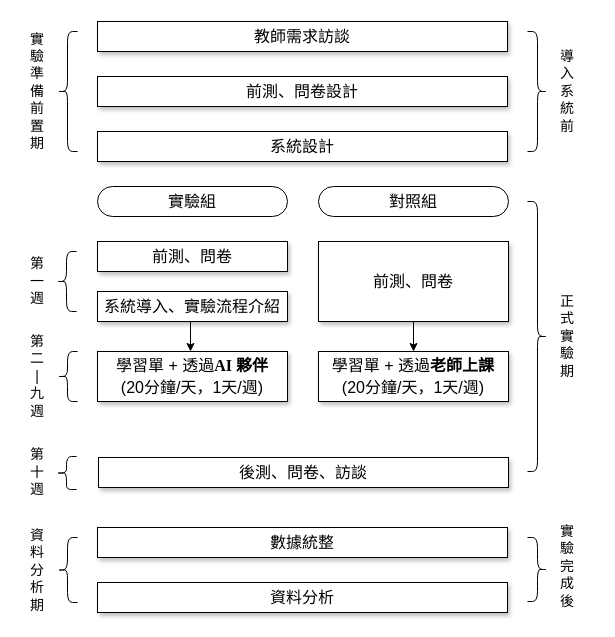
Earlier version of the draw.io diagram 實驗流程圖.drawio (webber0928/112554016_paper). Source tidied: cells renumbered, new cells numbered last; positions are measured from the earlier drawing's top-left corner, leaving out a move shared by most shapes. Both pictures are drawn from the tidied source at 100%, with x=0, y=0 at pixel (17, 21).
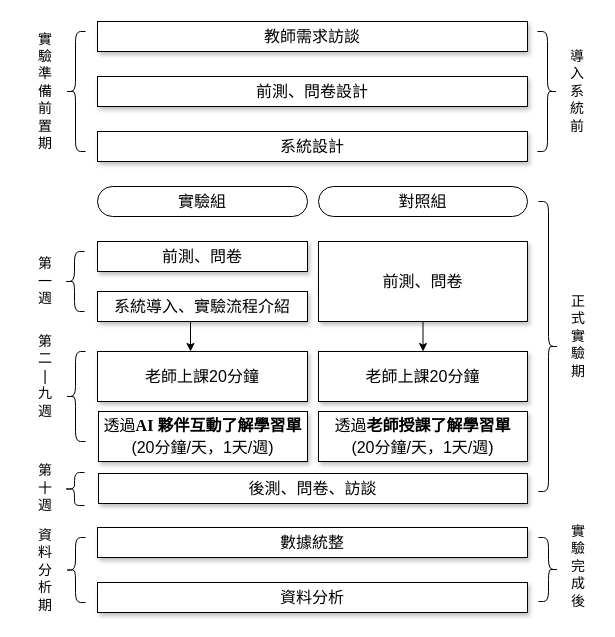
After the change.

Commit message:
更新實驗流程圖.drawio

Change to the diagram source:
```diff
@@
     <mxCell id="2" value="&lt;font style=&quot;font-size: 16px;&quot; face=&quot;標楷體&quot;&gt;教師需求訪談&lt;/font&gt;" style="whiteSpace=wrap;html=1;shadow=1;fontSize=18;" parent="1" vertex="1">
-      <mxGeometry x="80" width="410" height="30" as="geometry" />
+      <mxGeometry x="80" width="430" height="30" as="geometry" />
     </mxCell>
     <mxCell id="3" value="&lt;font style=&quot;font-size: 16px;&quot; face=&quot;標楷體&quot;&gt;前測、問卷設計&lt;/font&gt;" style="whiteSpace=wrap;html=1;shadow=1;fontSize=18;" parent="1" vertex="1">
-      <mxGeometry x="80" y="55" width="410" height="30" as="geometry" />
+      <mxGeometry x="80" y="55" width="430" height="30" as="geometry" />
     </mxCell>
     <mxCell id="4" value="&lt;font style=&quot;font-size: 16px;&quot; face=&quot;標楷體&quot;&gt;系統設計&lt;/font&gt;" style="whiteSpace=wrap;html=1;shadow=1;fontSize=18;" parent="1" vertex="1">
-      <mxGeometry x="80" y="110" width="410" height="30" as="geometry" />
+      <mxGeometry x="80" y="110" width="430" height="30" as="geometry" />
     </mxCell>
     <mxCell id="5" value="&lt;font face=&quot;標楷體&quot; style=&quot;font-size: 16px;&quot;&gt;實驗組&lt;/font&gt;" style="rounded=1;whiteSpace=wrap;html=1;arcSize=50;" parent="1" vertex="1">
-      <mxGeometry x="80" y="165" width="190" height="30" as="geometry" />
+      <mxGeometry x="80" y="165" width="210" height="30" as="geometry" />
     </mxCell>
     <mxCell id="6" value="&lt;span style=&quot;font-family: 標楷體; font-size: 16px;&quot;&gt;對照組&lt;/span&gt;" style="rounded=1;whiteSpace=wrap;html=1;arcSize=50;" parent="1" vertex="1">
-      <mxGeometry x="301" y="165" width="190" height="30" as="geometry" />
+      <mxGeometry x="301" y="165" width="209" height="30" as="geometry" />
     </mxCell>
     <mxCell id="7" value="&lt;font face=&quot;標楷體&quot;&gt;&lt;span style=&quot;font-size: 16px;&quot;&gt;前測、問卷&lt;/span&gt;&lt;/font&gt;" style="whiteSpace=wrap;html=1;shadow=1;fontSize=18;" parent="1" vertex="1">
-      <mxGeometry x="80" y="220" width="190" height="30" as="geometry" />
+      <mxGeometry x="80" y="220" width="210" height="30" as="geometry" />
     </mxCell>
     <mxCell id="8" value="&lt;font face=&quot;標楷體&quot;&gt;&lt;span style=&quot;font-size: 16px;&quot;&gt;前測、問卷&lt;/span&gt;&lt;/font&gt;" style="whiteSpace=wrap;html=1;shadow=1;fontSize=18;" parent="1" vertex="1">
-      <mxGeometry x="301" y="220" width="190" height="80" as="geometry" />
+      <mxGeometry x="301" y="220" width="209" height="80" as="geometry" />
     </mxCell>
     <mxCell id="9" value="&lt;font face=&quot;標楷體&quot;&gt;&lt;span style=&quot;font-size: 16px;&quot;&gt;系統導入、實驗流程介紹&lt;/span&gt;&lt;/font&gt;" style="whiteSpace=wrap;html=1;shadow=1;fontSize=18;" parent="1" vertex="1">
-      <mxGeometry x="80" y="270" width="190" height="30" as="geometry" />
+      <mxGeometry x="80" y="270" width="210" height="30" as="geometry" />
     </mxCell>
-    <mxCell id="10" value="&lt;span style=&quot;font-size: 16px;&quot;&gt;&lt;font face=&quot;標楷體&quot;&gt;學習單 + 透過&lt;/font&gt;&lt;font face=&quot;Times New Roman&quot;&gt;&lt;b&gt;AI&amp;nbsp;&lt;/b&gt;&lt;/font&gt;&lt;font face=&quot;標楷體&quot;&gt;&lt;b&gt;夥伴&lt;/b&gt;&lt;/font&gt;&lt;br&gt;&lt;font face=&quot;標楷體&quot;&gt;(20分鐘/天，1天/週)&lt;/font&gt;&lt;/span&gt;" style="whiteSpace=wrap;html=1;shadow=1;fontSize=18;" parent="1" vertex="1">
-      <mxGeometry x="80" y="330" width="190" height="50" as="geometry" />
+    <mxCell id="10" value="&lt;span style=&quot;font-family: 標楷體; font-size: 16px;&quot;&gt;老師上課20分鐘&lt;/span&gt;" style="whiteSpace=wrap;html=1;shadow=1;fontSize=18;" parent="1" vertex="1">
+      <mxGeometry x="80" y="330" width="210" height="50" as="geometry" />
     </mxCell>
-    <mxCell id="11" value="&lt;span style=&quot;font-size: 16px;&quot;&gt;&lt;font face=&quot;標楷體&quot;&gt;學習單 + 透過&lt;b&gt;老師上課&lt;/b&gt;&lt;/font&gt;&lt;br&gt;&lt;font face=&quot;標楷體&quot;&gt;(20分鐘/天，1天/週)&lt;/font&gt;&lt;/span&gt;" style="whiteSpace=wrap;html=1;shadow=1;fontSize=18;" parent="1" vertex="1">
-      <mxGeometry x="301" y="330" width="190" height="50" as="geometry" />
+    <mxCell id="11" value="&lt;span style=&quot;font-size: 16px;&quot;&gt;&lt;font face=&quot;標楷體&quot;&gt;老師上課20分鐘&lt;/font&gt;&lt;br&gt;&lt;/span&gt;" style="whiteSpace=wrap;html=1;shadow=1;fontSize=18;" parent="1" vertex="1">
+      <mxGeometry x="301" y="330" width="209" height="50" as="geometry" />
     </mxCell>
     <mxCell id="12" value="&lt;font face=&quot;標楷體&quot;&gt;&lt;span style=&quot;font-size: 16px;&quot;&gt;後測、問卷、訪談&lt;/span&gt;&lt;/font&gt;" style="whiteSpace=wrap;html=1;shadow=1;fontSize=18;" parent="1" vertex="1">
-      <mxGeometry x="81" y="436" width="410" height="30" as="geometry" />
+      <mxGeometry x="81" y="452" width="429" height="30" as="geometry" />
     </mxCell>
     <mxCell id="13" value="&lt;font face=&quot;標楷體&quot;&gt;&lt;span style=&quot;font-size: 16px;&quot;&gt;數據統整&lt;/span&gt;&lt;/font&gt;" style="whiteSpace=wrap;html=1;shadow=1;fontSize=18;" parent="1" vertex="1">
-      <mxGeometry x="80" y="506" width="410" height="30" as="geometry" />
+      <mxGeometry x="80" y="506" width="430" height="30" as="geometry" />
     </mxCell>
     <mxCell id="14" value="&lt;font face=&quot;標楷體&quot;&gt;&lt;span style=&quot;font-size: 16px;&quot;&gt;資料分析&lt;/span&gt;&lt;/font&gt;" style="whiteSpace=wrap;html=1;shadow=1;fontSize=18;" parent="1" vertex="1">
-      <mxGeometry x="80" y="561" width="410" height="30" as="geometry" />
+      <mxGeometry x="80" y="561" width="430" height="30" as="geometry" />
     </mxCell>
     <mxCell id="15" style="shape=curlyBracket;whiteSpace=wrap;html=1;rounded=1;labelPosition=left;verticalLabelPosition=middle;align=right;verticalAlign=middle;" parent="1" vertex="1">
-      <mxGeometry x="40" y="516" width="20" height="65" as="geometry" />
+      <mxGeometry x="48" y="516" width="20" height="65" as="geometry" />
     </mxCell>
     <mxCell id="16" style="shape=curlyBracket;whiteSpace=wrap;html=1;rounded=1;labelPosition=left;verticalLabelPosition=middle;align=right;verticalAlign=middle;" parent="1" vertex="1">
-      <mxGeometry x="40" y="10" width="20" height="120" as="geometry" />
+      <mxGeometry x="48" y="10" width="20" height="120" as="geometry" />
     </mxCell>
     <mxCell id="17" value="&lt;font style=&quot;font-size: 14px;&quot; face=&quot;標楷體&quot;&gt;第&lt;/font&gt;&lt;div&gt;&lt;font style=&quot;font-size: 14px;&quot; face=&quot;標楷體&quot;&gt;一&lt;/font&gt;&lt;/div&gt;&lt;div&gt;&lt;span style=&quot;font-family: 標楷體; background-color: transparent; color: light-dark(rgb(0, 0, 0), rgb(255, 255, 255));&quot;&gt;&lt;font style=&quot;font-size: 14px;&quot;&gt;週&lt;/font&gt;&lt;/span&gt;&lt;/div&gt;" style="text;html=1;align=center;verticalAlign=middle;whiteSpace=wrap;rounded=0;fontFamily=Comic Sans MS;" parent="1" vertex="1">
-      <mxGeometry y="215" width="40" height="90" as="geometry" />
+      <mxGeometry x="8" y="215" width="40" height="90" as="geometry" />
     </mxCell>
     <mxCell id="18" value="&lt;font style=&quot;font-size: 14px;&quot; face=&quot;標楷體&quot;&gt;第&lt;/font&gt;&lt;div&gt;&lt;font style=&quot;font-size: 14px;&quot; face=&quot;標楷體&quot;&gt;二&lt;/font&gt;&lt;/div&gt;&lt;div&gt;&lt;font style=&quot;font-size: 14px;&quot; face=&quot;標楷體&quot;&gt;|&lt;/font&gt;&lt;/div&gt;&lt;div&gt;&lt;font style=&quot;font-size: 14px;&quot; face=&quot;標楷體&quot;&gt;九&lt;/font&gt;&lt;/div&gt;&lt;div&gt;&lt;span style=&quot;font-family: 標楷體; background-color: transparent; color: light-dark(rgb(0, 0, 0), rgb(255, 255, 255));&quot;&gt;&lt;font style=&quot;font-size: 14px;&quot;&gt;週&lt;/font&gt;&lt;/span&gt;&lt;/div&gt;" style="text;html=1;align=center;verticalAlign=middle;whiteSpace=wrap;rounded=0;fontFamily=Comic Sans MS;" parent="1" vertex="1">
-      <mxGeometry y="310" width="40" height="90" as="geometry" />
+      <mxGeometry x="8" y="310" width="40" height="90" as="geometry" />
     </mxCell>
     <mxCell id="19" value="&lt;font style=&quot;font-size: 14px;&quot; face=&quot;標楷體&quot;&gt;第&lt;/font&gt;&lt;div&gt;&lt;font style=&quot;font-size: 14px;&quot; face=&quot;標楷體&quot;&gt;十&lt;/font&gt;&lt;/div&gt;&lt;div&gt;&lt;span style=&quot;font-family: 標楷體; background-color: transparent; color: light-dark(rgb(0, 0, 0), rgb(255, 255, 255));&quot;&gt;&lt;font style=&quot;font-size: 14px;&quot;&gt;週&lt;/font&gt;&lt;/span&gt;&lt;/div&gt;" style="text;html=1;align=center;verticalAlign=middle;whiteSpace=wrap;rounded=0;fontFamily=Comic Sans MS;" parent="1" vertex="1">
-      <mxGeometry y="406" width="40" height="90" as="geometry" />
+      <mxGeometry x="8" y="422" width="40" height="90" as="geometry" />
     </mxCell>
     <mxCell id="20" value="&lt;font style=&quot;font-size: 14px;&quot; face=&quot;標楷體&quot;&gt;資&lt;/font&gt;&lt;div&gt;&lt;font style=&quot;font-size: 14px;&quot; face=&quot;標楷體&quot;&gt;料&lt;/font&gt;&lt;/div&gt;&lt;div&gt;&lt;font style=&quot;font-size: 14px;&quot; face=&quot;標楷體&quot;&gt;分&lt;/font&gt;&lt;/div&gt;&lt;div&gt;&lt;font style=&quot;font-size: 14px;&quot; face=&quot;標楷體&quot;&gt;析&lt;/font&gt;&lt;/div&gt;&lt;div&gt;&lt;font style=&quot;font-size: 14px;&quot; face=&quot;標楷體&quot;&gt;期&lt;/font&gt;&lt;/div&gt;" style="text;html=1;align=center;verticalAlign=middle;whiteSpace=wrap;rounded=0;fontFamily=Comic Sans MS;" parent="1" vertex="1">
-      <mxGeometry y="503.5" width="40" height="90" as="geometry" />
+      <mxGeometry x="8" y="503.5" width="40" height="90" as="geometry" />
     </mxCell>
     <mxCell id="21" style="shape=curlyBracket;whiteSpace=wrap;html=1;rounded=1;labelPosition=left;verticalLabelPosition=middle;align=right;verticalAlign=middle;" parent="1" vertex="1">
-      <mxGeometry x="39" y="435" width="20" height="33" as="geometry" />
+      <mxGeometry x="47" y="451" width="20" height="33" as="geometry" />
     </mxCell>
     <mxCell id="22" style="shape=curlyBracket;whiteSpace=wrap;html=1;rounded=1;labelPosition=left;verticalLabelPosition=middle;align=right;verticalAlign=middle;" parent="1" vertex="1">
-      <mxGeometry x="40" y="330" width="20" height="50" as="geometry" />
+      <mxGeometry x="48" y="330" width="20" height="90" as="geometry" />
     </mxCell>
     <mxCell id="23" style="shape=curlyBracket;whiteSpace=wrap;html=1;rounded=1;labelPosition=left;verticalLabelPosition=middle;align=right;verticalAlign=middle;" parent="1" vertex="1">
-      <mxGeometry x="39" y="230" width="20" height="60" as="geometry" />
+      <mxGeometry x="47" y="230" width="20" height="60" as="geometry" />
     </mxCell>
     <mxCell id="24" value="&lt;font style=&quot;font-size: 14px;&quot; face=&quot;標楷體&quot;&gt;實&lt;/font&gt;&lt;div&gt;&lt;font style=&quot;font-size: 14px;&quot; face=&quot;標楷體&quot;&gt;驗&lt;/font&gt;&lt;/div&gt;&lt;div&gt;&lt;font style=&quot;font-size: 14px;&quot; face=&quot;標楷體&quot;&gt;準&lt;/font&gt;&lt;/div&gt;&lt;div&gt;&lt;font style=&quot;font-size: 14px;&quot; face=&quot;標楷體&quot;&gt;備&lt;/font&gt;&lt;/div&gt;&lt;div&gt;&lt;font style=&quot;font-size: 14px;&quot; face=&quot;標楷體&quot;&gt;前&lt;/font&gt;&lt;/div&gt;&lt;div&gt;&lt;font style=&quot;font-size: 14px;&quot; face=&quot;標楷體&quot;&gt;置&lt;/font&gt;&lt;/div&gt;&lt;div&gt;&lt;font style=&quot;font-size: 14px;&quot; face=&quot;標楷體&quot;&gt;期&lt;/font&gt;&lt;/div&gt;" style="text;html=1;align=center;verticalAlign=middle;whiteSpace=wrap;rounded=0;fontFamily=Comic Sans MS;" parent="1" vertex="1">
-      <mxGeometry y="25" width="40" height="90" as="geometry" />
+      <mxGeometry x="8" y="25" width="40" height="90" as="geometry" />
     </mxCell>
     <mxCell id="25" style="shape=curlyBracket;whiteSpace=wrap;html=1;rounded=1;flipH=1;labelPosition=right;verticalLabelPosition=middle;align=left;verticalAlign=middle;" parent="1" vertex="1">
-      <mxGeometry x="510" y="10" width="20" height="120" as="geometry" />
+      <mxGeometry x="520" y="10" width="20" height="120" as="geometry" />
     </mxCell>
     <mxCell id="26" style="shape=curlyBracket;whiteSpace=wrap;html=1;rounded=1;flipH=1;labelPosition=right;verticalLabelPosition=middle;align=left;verticalAlign=middle;" parent="1" vertex="1">
-      <mxGeometry x="510" y="180" width="20" height="270" as="geometry" />
+      <mxGeometry x="521" y="180" width="20" height="290" as="geometry" />
     </mxCell>
     <mxCell id="27" style="shape=curlyBracket;whiteSpace=wrap;html=1;rounded=1;flipH=1;labelPosition=right;verticalLabelPosition=middle;align=left;verticalAlign=middle;" parent="1" vertex="1">
-      <mxGeometry x="510" y="516" width="20" height="64" as="geometry" />
+      <mxGeometry x="521" y="516" width="20" height="64" as="geometry" />
     </mxCell>
@@
     <mxCell id="29" value="&lt;font face=&quot;標楷體&quot;&gt;&lt;span style=&quot;font-size: 14px;&quot;&gt;實&lt;/span&gt;&lt;/font&gt;&lt;div&gt;&lt;font face=&quot;標楷體&quot;&gt;&lt;span style=&quot;font-size: 14px;&quot;&gt;驗&lt;/span&gt;&lt;/font&gt;&lt;/div&gt;&lt;div&gt;&lt;font face=&quot;標楷體&quot;&gt;&lt;span style=&quot;font-size: 14px;&quot;&gt;完&lt;/span&gt;&lt;/font&gt;&lt;/div&gt;&lt;div&gt;&lt;font face=&quot;標楷體&quot;&gt;&lt;span style=&quot;font-size: 14px;&quot;&gt;成&lt;/span&gt;&lt;/font&gt;&lt;/div&gt;&lt;div&gt;&lt;font face=&quot;標楷體&quot;&gt;&lt;span style=&quot;font-size: 14px;&quot;&gt;後&lt;/span&gt;&lt;/font&gt;&lt;/div&gt;" style="text;html=1;align=center;verticalAlign=middle;whiteSpace=wrap;rounded=0;fontFamily=Comic Sans MS;" parent="1" vertex="1">
-      <mxGeometry x="530" y="500" width="40" height="90" as="geometry" />
+      <mxGeometry x="541" y="500" width="40" height="90" as="geometry" />
     </mxCell>
     <mxCell id="30" value="&lt;font face=&quot;標楷體&quot;&gt;&lt;span style=&quot;font-size: 14px;&quot;&gt;正&lt;/span&gt;&lt;/font&gt;&lt;div&gt;&lt;font face=&quot;標楷體&quot;&gt;&lt;span style=&quot;font-size: 14px;&quot;&gt;式&lt;/span&gt;&lt;/font&gt;&lt;/div&gt;&lt;div&gt;&lt;font face=&quot;標楷體&quot;&gt;&lt;span style=&quot;font-size: 14px;&quot;&gt;實&lt;/span&gt;&lt;/font&gt;&lt;/div&gt;&lt;div&gt;&lt;font face=&quot;標楷體&quot;&gt;&lt;span style=&quot;font-size: 14px;&quot;&gt;驗&lt;/span&gt;&lt;/font&gt;&lt;/div&gt;&lt;div&gt;&lt;font face=&quot;標楷體&quot;&gt;&lt;span style=&quot;font-size: 14px;&quot;&gt;期&lt;/span&gt;&lt;/font&gt;&lt;/div&gt;" style="text;html=1;align=center;verticalAlign=middle;whiteSpace=wrap;rounded=0;fontFamily=Comic Sans MS;" parent="1" vertex="1">
-      <mxGeometry x="530" y="270" width="40" height="90" as="geometry" />
+      <mxGeometry x="541" y="270" width="40" height="90" as="geometry" />
     </mxCell>
     <mxCell id="31" value="&lt;font face=&quot;標楷體&quot;&gt;&lt;span style=&quot;font-size: 14px;&quot;&gt;導&lt;/span&gt;&lt;/font&gt;&lt;div&gt;&lt;font face=&quot;標楷體&quot;&gt;&lt;span style=&quot;font-size: 14px;&quot;&gt;入&lt;/span&gt;&lt;/font&gt;&lt;/div&gt;&lt;div&gt;&lt;font face=&quot;標楷體&quot;&gt;&lt;span style=&quot;font-size: 14px;&quot;&gt;系&lt;/span&gt;&lt;/font&gt;&lt;/div&gt;&lt;div&gt;&lt;font face=&quot;標楷體&quot;&gt;&lt;span style=&quot;font-size: 14px;&quot;&gt;統&lt;/span&gt;&lt;/font&gt;&lt;/div&gt;&lt;div&gt;&lt;font face=&quot;標楷體&quot;&gt;&lt;span style=&quot;font-size: 14px;&quot;&gt;前&lt;/span&gt;&lt;/font&gt;&lt;/div&gt;" style="text;html=1;align=center;verticalAlign=middle;whiteSpace=wrap;rounded=0;fontFamily=Comic Sans MS;" parent="1" vertex="1">
-      <mxGeometry x="530" y="25" width="40" height="90" as="geometry" />
+      <mxGeometry x="540" y="25" width="40" height="90" as="geometry" />
     </mxCell>
@@
+    <mxCell id="33" value="&lt;span style=&quot;font-size: 16px;&quot;&gt;&lt;font face=&quot;標楷體&quot;&gt;透過&lt;/font&gt;&lt;font face=&quot;Times New Roman&quot;&gt;&lt;b&gt;AI&amp;nbsp;&lt;/b&gt;&lt;/font&gt;&lt;font face=&quot;標楷體&quot;&gt;&lt;b&gt;夥伴互動了解學習單&lt;/b&gt;&lt;/font&gt;&lt;br&gt;&lt;font face=&quot;標楷體&quot;&gt;(20分鐘/天，1天/週)&lt;/font&gt;&lt;/span&gt;" style="whiteSpace=wrap;html=1;shadow=1;fontSize=18;" parent="1" vertex="1">
+      <mxGeometry x="81" y="390" width="209" height="50" as="geometry" />
+    </mxCell>
+    <mxCell id="34" value="&lt;font style=&quot;font-size: 16px;&quot; face=&quot;標楷體&quot;&gt;透過&lt;b&gt;老師授課了解學習單&lt;/b&gt;&lt;/font&gt;&lt;br style=&quot;font-size: 16px;&quot;&gt;&lt;font style=&quot;font-size: 16px;&quot; face=&quot;標楷體&quot;&gt;(20分鐘/天，1天/週)&lt;/font&gt;" style="whiteSpace=wrap;html=1;shadow=1;fontSize=18;" parent="1" vertex="1">
+      <mxGeometry x="301" y="390" width="209" height="50" as="geometry" />
+    </mxCell>
```
